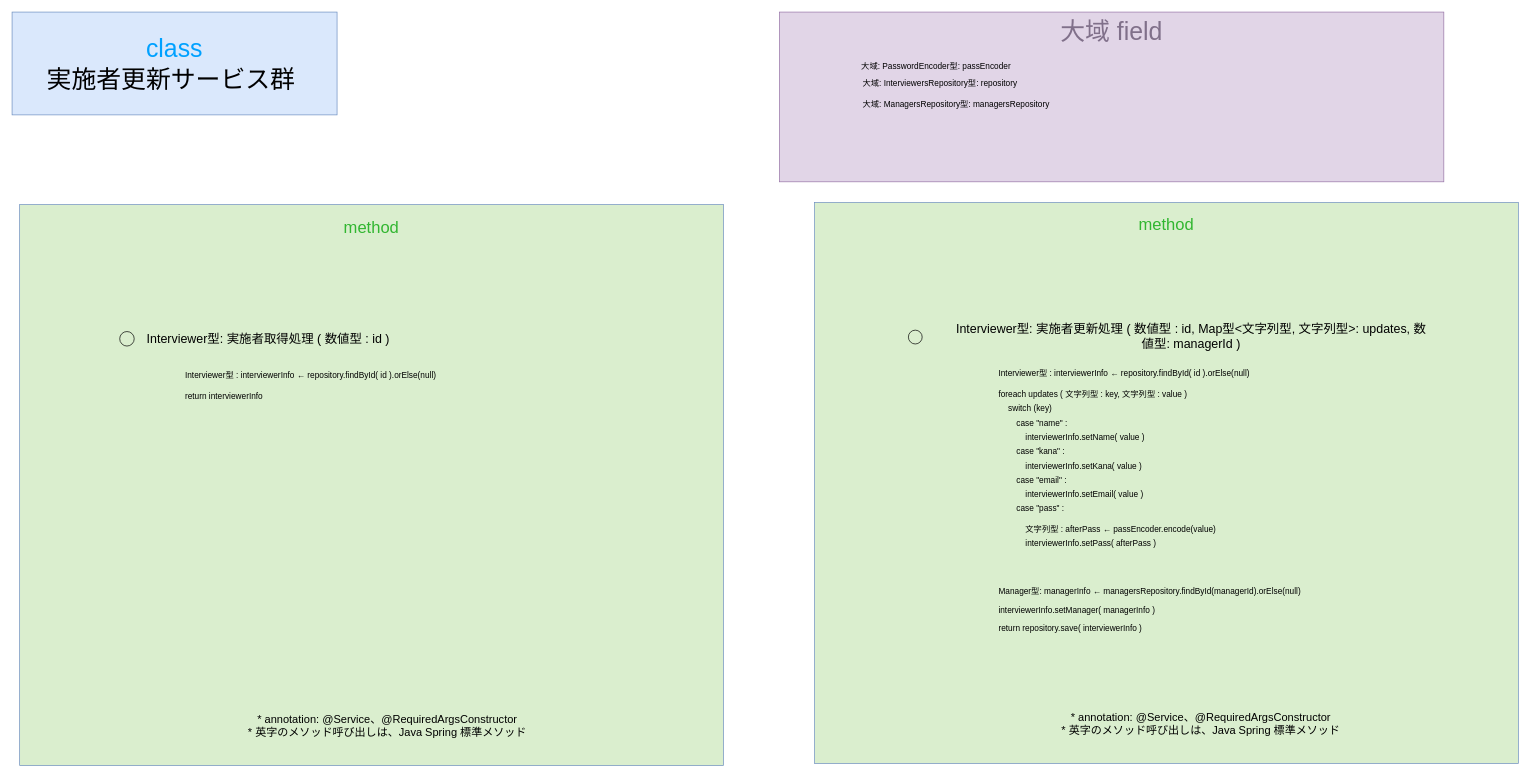
Above: gijigengo/service/manager/meeting_reservation_sys service_manager InterviewerSetService クラス 疑似言語.drawio in tro319/meeting_reservation_system (draw.io), before the change. Source tidied: cells renumbered, new cells numbered last; positions are measured from the earlier drawing's top-left corner, leaving out a move shared by most shapes. Both pictures are drawn from the tidied source at 69%, with x=0, y=0 at pixel (12, 12).
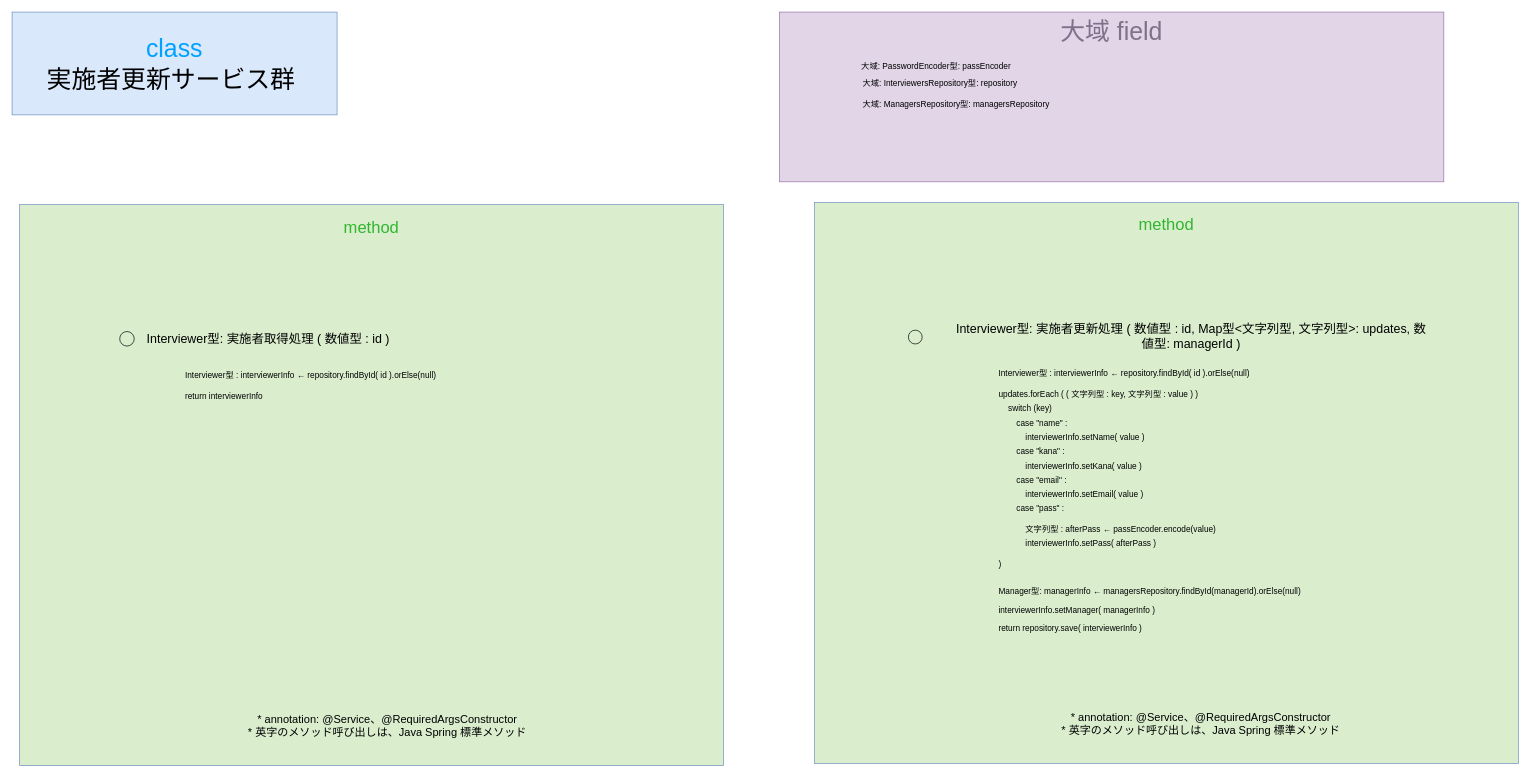
The same page after the edit.

Change to the diagram source:
```diff
@@
-    <mxCell id="18" value="foreach updates ( 文字列型 : key, 文字列型 : value )" style="text;html=1;whiteSpace=wrap;strokeColor=none;fillColor=none;align=left;verticalAlign=middle;rounded=0;fontSize=12;" parent="1" vertex="1">
+    <mxCell id="18" value="updates.forEach ( ( 文字列型 : key, 文字列型 : value ) )" style="text;html=1;whiteSpace=wrap;strokeColor=none;fillColor=none;align=left;verticalAlign=middle;rounded=0;fontSize=12;" parent="1" vertex="1">
       <mxGeometry x="1428" y="539" width="697" height="30" as="geometry" />
     </mxCell>
@@
+    <mxCell id="33" value=")" style="text;html=1;whiteSpace=wrap;strokeColor=none;fillColor=none;align=left;verticalAlign=middle;rounded=0;fontSize=12;" parent="1" vertex="1">
+      <mxGeometry x="1428" y="786" width="697" height="30" as="geometry" />
+    </mxCell>
```
